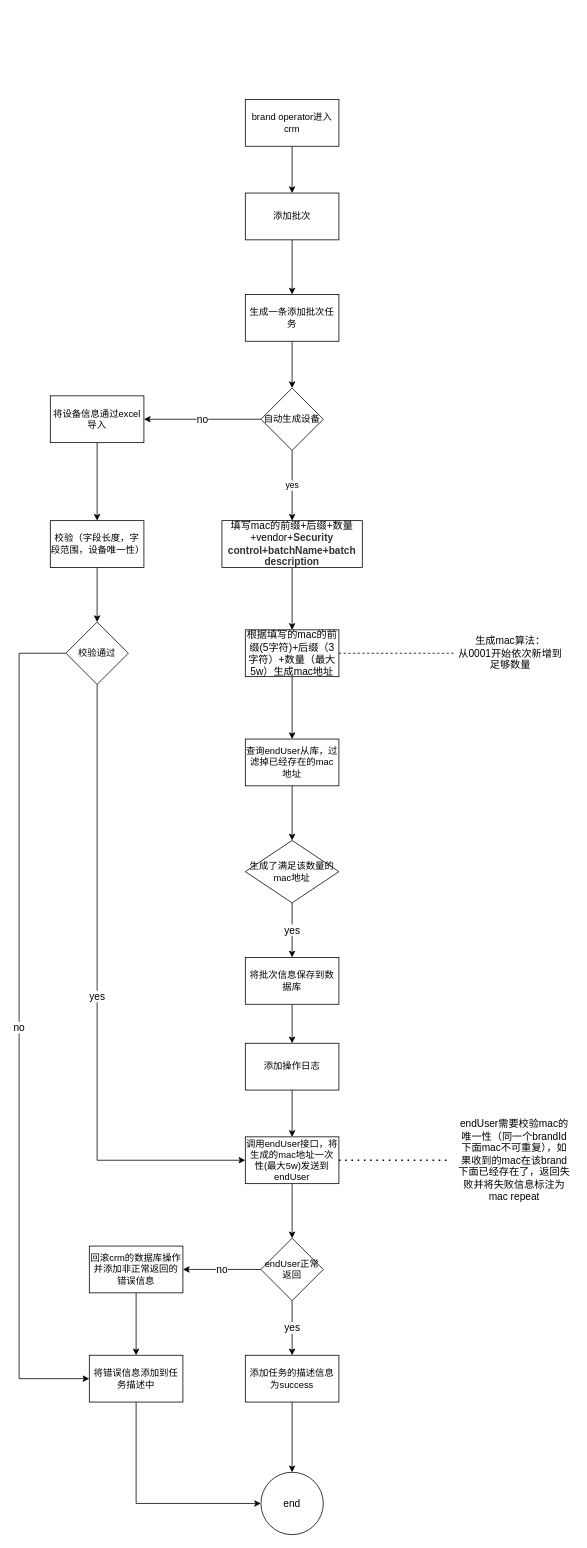
Earlier version of the draw.io diagram 预付费.drawio (zqhait/drawio). Source tidied: cells renumbered, new cells numbered last; positions are measured from the earlier drawing's top-left corner, leaving out a move shared by most shapes. Both pictures are drawn from the tidied source at 78%, with x=0, y=0 at pixel (19, 99).
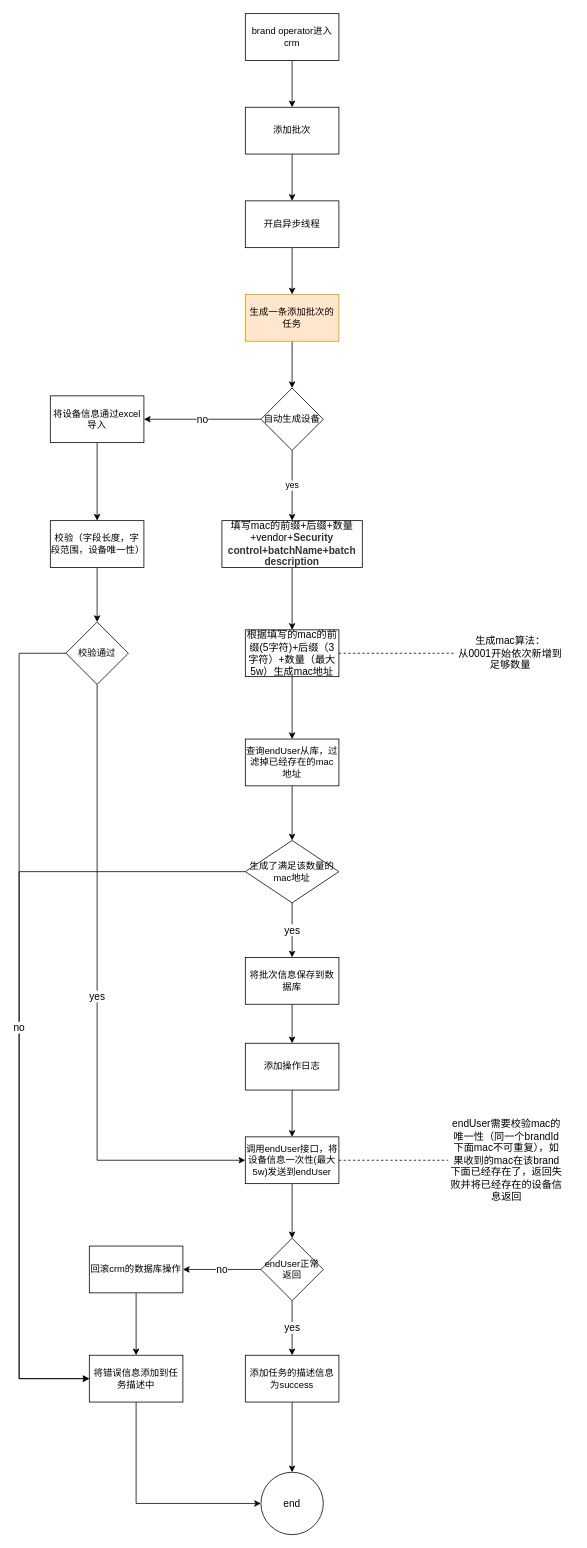
After the change.

Commit message (it also covers changes not shown here):
更新预付费.drawio

Unchanged cells that the change refers to:
```xml
<mxCell id="14" value="生成了满足该数量的mac地址" style="rhombus;whiteSpace=wrap;html=1;rounded=0;" parent="1" vertex="1">
  <mxGeometry x="290" y="950" width="120" height="80" as="geometry" />
</mxCell>
<mxCell id="28" value="将错误信息添加到任务描述中" style="whiteSpace=wrap;html=1;rounded=0;" parent="1" vertex="1">
  <mxGeometry x="90" y="1610" width="120" height="60" as="geometry" />
</mxCell>
```

The edit, as a diff of the source:
```diff
@@
-    <mxCell id="3" value="生成一条添加批次任务" style="rounded=0;whiteSpace=wrap;html=1;" parent="1" vertex="1">
+    <mxCell id="3" value="生成一条添加批次的任务" style="rounded=0;whiteSpace=wrap;html=1;fillColor=#FFE6CC;strokeColor=#d79b00;" parent="1" vertex="1">
       <mxGeometry x="290" y="250" width="120" height="60" as="geometry" />
     </mxCell>
@@
+    <mxCell id="46" style="edgeStyle=orthogonalEdgeStyle;rounded=0;jettySize=auto;html=1;entryX=0;entryY=0.5;entryDx=0;entryDy=0;fontSize=13;" parent="1" edge="1" source="14" target="28">
+      <mxGeometry relative="1" as="geometry">
+        <Array as="points">
+          <mxPoint y="990" />
+          <mxPoint y="1640" />
+        </Array>
+      </mxGeometry>
+    </mxCell>
@@
-    <mxCell id="16" value="调用endUser接口，将生成的mac地址一次性(最大5w)发送到endUser" style="whiteSpace=wrap;html=1;rounded=0;" parent="1" vertex="1">
+    <mxCell id="16" value="调用endUser接口，将设备信息一次性(最大5w)发送到endUser" style="whiteSpace=wrap;html=1;rounded=0;" parent="1" vertex="1">
       <mxGeometry x="290" y="1330" width="120" height="60" as="geometry" />
     </mxCell>
@@
-    <mxCell id="26" value="回滚crm的数据库操作并添加非正常返回的错误信息" style="whiteSpace=wrap;html=1;rounded=0;" parent="1" vertex="1">
+    <mxCell id="26" value="回滚crm的数据库操作" style="whiteSpace=wrap;html=1;rounded=0;" parent="1" vertex="1">
       <mxGeometry x="90" y="1470" width="120" height="60" as="geometry" />
     </mxCell>
@@
-    <mxCell id="29" style="edgeStyle=orthogonalEdgeStyle;rounded=0;jettySize=auto;html=1;fontSize=13;" parent="1" edge="1" source="30" target="3">
-      <mxGeometry relative="1" as="geometry" />
-    </mxCell>
+    <mxCell id="47" style="edgeStyle=orthogonalEdgeStyle;rounded=0;jettySize=auto;html=1;fontSize=13;" parent="1" edge="1" source="30" target="50">
+      <mxGeometry relative="1" as="geometry" />
+    </mxCell>
     <mxCell id="30" value="添加批次" style="rounded=0;whiteSpace=wrap;html=1;" parent="1" vertex="1">
-      <mxGeometry x="290" y="120" width="120" height="60" as="geometry" />
+      <mxGeometry x="290" y="10" width="120" height="60" as="geometry" />
     </mxCell>
@@
     <mxCell id="32" value="brand operator进入crm" style="rounded=0;whiteSpace=wrap;html=1;" parent="1" vertex="1">
-      <mxGeometry x="290" width="120" height="60" as="geometry" />
+      <mxGeometry x="290" y="-110" width="120" height="60" as="geometry" />
     </mxCell>
@@
-    <mxCell id="35" style="endArrow=none;dashed=1;html=1;dashPattern=1 3;strokeWidth=2;rounded=0;fontSize=13;exitX=1;exitY=0.5;exitDx=0;exitDy=0;entryX=0;entryY=0.5;entryDx=0;entryDy=0;" parent="1" edge="1" source="16">
-      <mxGeometry relative="1" as="geometry">
-        <mxPoint x="550" y="1360" as="targetPoint" />
-      </mxGeometry>
-    </mxCell>
-    <mxCell id="36" value="endUser需要校验mac的唯一性（同一个brandId下面mac不可重复），如果收到的mac在该brand下面已经存在了，返回失败并将失败信息标注为mac repeat" style="text;html=1;strokeColor=none;fillColor=none;align=center;verticalAlign=middle;whiteSpace=wrap;rounded=0;fontSize=13;" parent="1" vertex="1">
-      <mxGeometry x="560" y="1295" width="150" height="130" as="geometry" />
+    <mxCell id="36" value="endUser需要校验mac的唯一性（同一个brandId下面mac不可重复），如果收到的mac在该brand下面已经存在了，返回失败并将已经存在的设备信息返回" style="text;html=1;strokeColor=none;fillColor=none;align=center;verticalAlign=middle;whiteSpace=wrap;rounded=0;fontSize=13;" parent="1" vertex="1">
+      <mxGeometry x="550" y="1295" width="150" height="130" as="geometry" />
     </mxCell>
@@
+    <mxCell id="48" style="endArrow=none;dashed=1;html=1;rounded=0;fontSize=13;exitX=1;exitY=0.5;exitDx=0;exitDy=0;entryX=0;entryY=0.5;entryDx=0;entryDy=0;" parent="1" edge="1" source="16" target="36">
+      <mxGeometry relative="1" as="geometry" />
+    </mxCell>
+    <mxCell id="49" style="edgeStyle=orthogonalEdgeStyle;rounded=0;jettySize=auto;html=1;fontSize=13;" parent="1" edge="1" source="50" target="3">
+      <mxGeometry relative="1" as="geometry" />
+    </mxCell>
+    <mxCell id="50" value="开启异步线程" style="rounded=0;whiteSpace=wrap;html=1;" parent="1" vertex="1">
+      <mxGeometry x="290" y="130" width="120" height="60" as="geometry" />
+    </mxCell>
```
